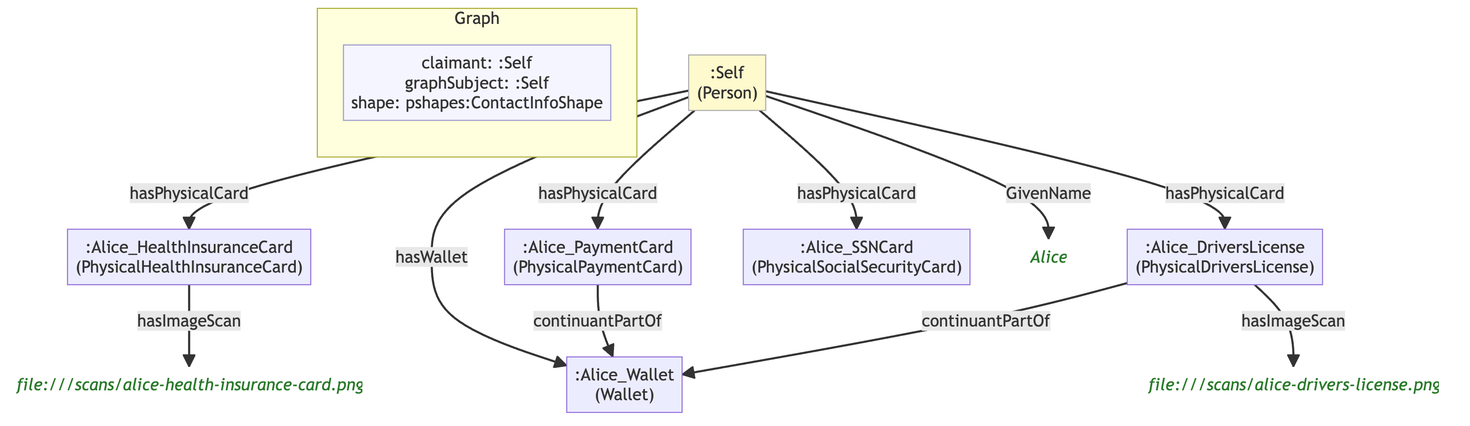
Above: example/graphs/images/graph-22.png in MeeFoundation/mia-ontologies (Mermaid), before the change. Its source is kept beside it as example/graphs/images/graph-22.mmd.
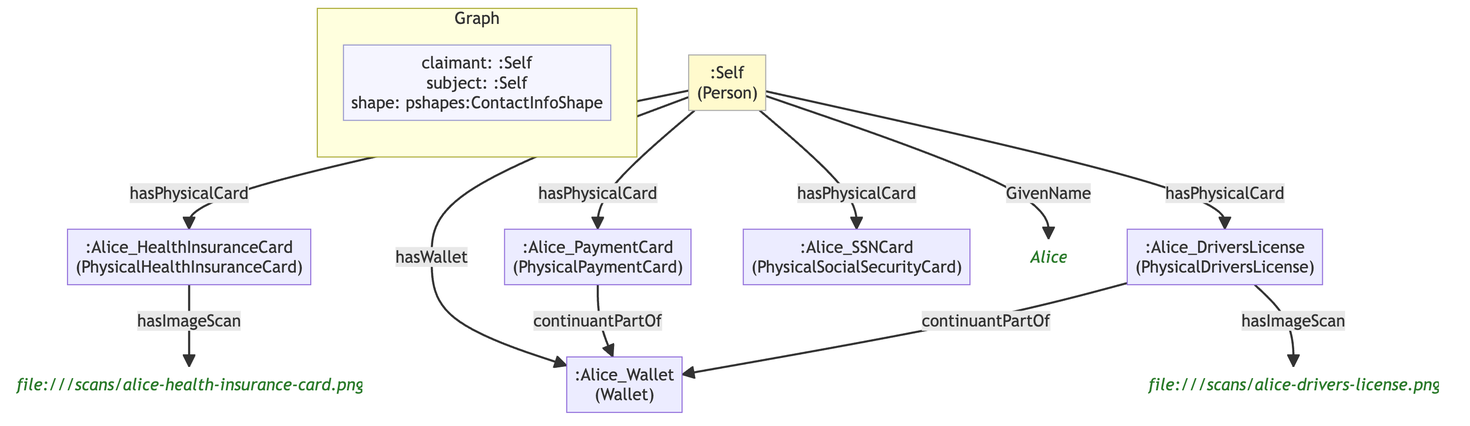
After the change.

Change to the diagram source:
```diff
@@ -7,7 +7,7 @@
 
     subgraph ctx["Graph"]
         direction LR
-        ctx_meta["claimant: :Self\ngraphSubject: :Self\nshape: pshapes:ContactInfoShape"]:::meta
+        ctx_meta["claimant: :Self\nsubject: :Self\nshape: pshapes:ContactInfoShape"]:::meta
     end
 
     n0303611a7c60[":Alice_DriversLicense\n(PhysicalDriversLicense)"]
@@ -18,13 +18,13 @@
     n090977cab091[":Alice_PaymentCard\n(PhysicalPaymentCard)"]
     n13a319213254[":Alice_SSNCard\n(PhysicalSocialSecurityCard)"]
     n655e442e50be[":Self\n(Person)"]:::person
-    n2d8aadd83f68("Alice"):::lit
+    na70c13c4d01e("Alice"):::lit
 
     n0303611a7c60 -->|"continuantPartOf"| nb98293d697a1
     n0303611a7c60 -->|"hasImageScan"| neecb76977951
     nfe3c9ccef900 -->|"hasImageScan"| nb1cfdd713e7a
     n090977cab091 -->|"continuantPartOf"| nb98293d697a1
-    n655e442e50be -->|"GivenName"| n2d8aadd83f68
+    n655e442e50be -->|"GivenName"| na70c13c4d01e
     n655e442e50be -->|"hasWallet"| nb98293d697a1
     n655e442e50be -->|"hasPhysicalCard"| nfe3c9ccef900
     n655e442e50be -->|"hasPhysicalCard"| n13a319213254
```
